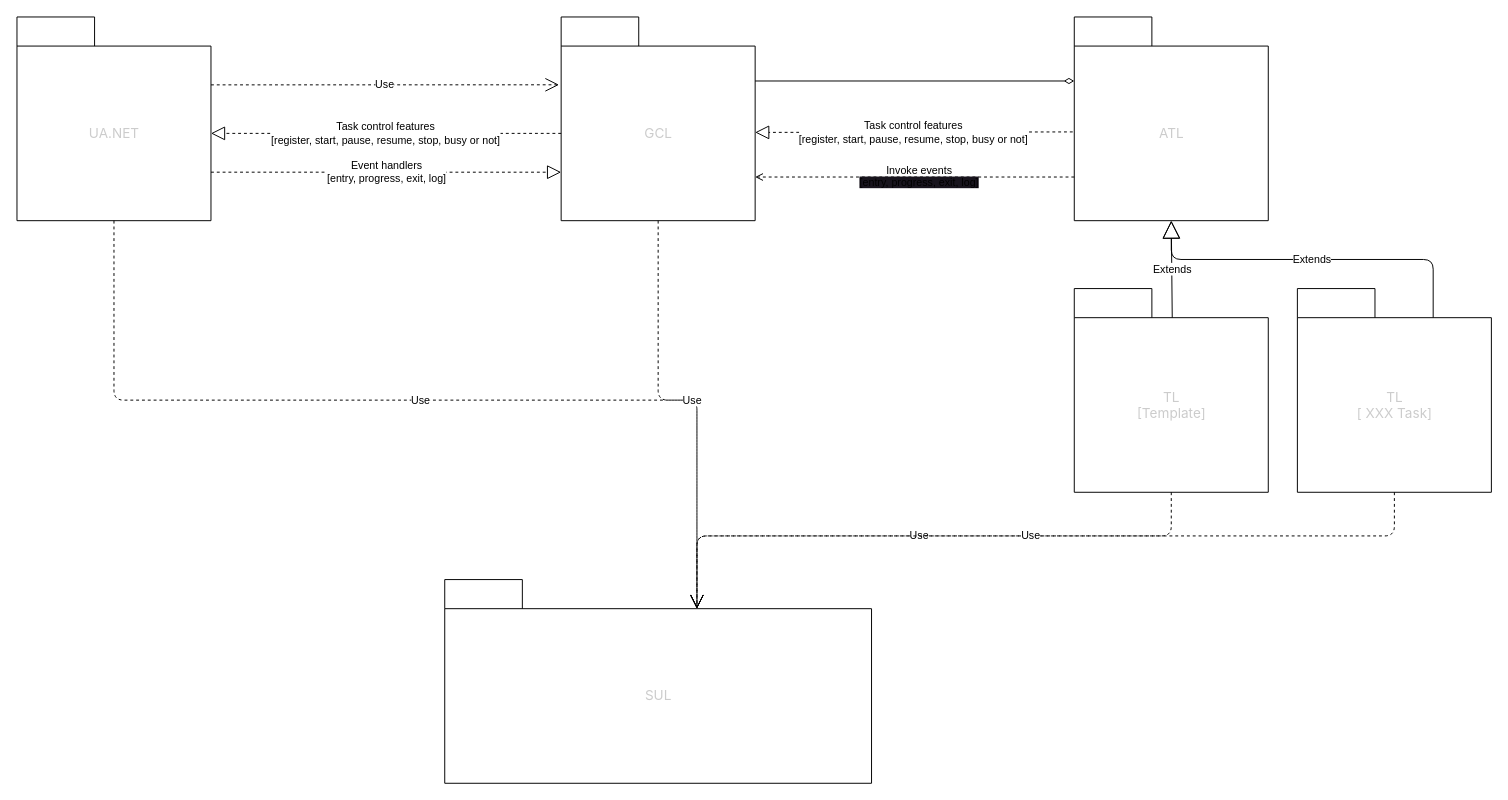
Before: _document/Specification/SystemRequirementSpecification/Deliverables/HighLevelDesign.drawio in gtuja/GCL, a draw.io diagram. Source tidied: cells renumbered, new cells numbered last; positions are measured from the earlier drawing's top-left corner, leaving out a move shared by most shapes. Both pictures are drawn from the tidied source at 97%, with x=0, y=0 at pixel (16, 16).
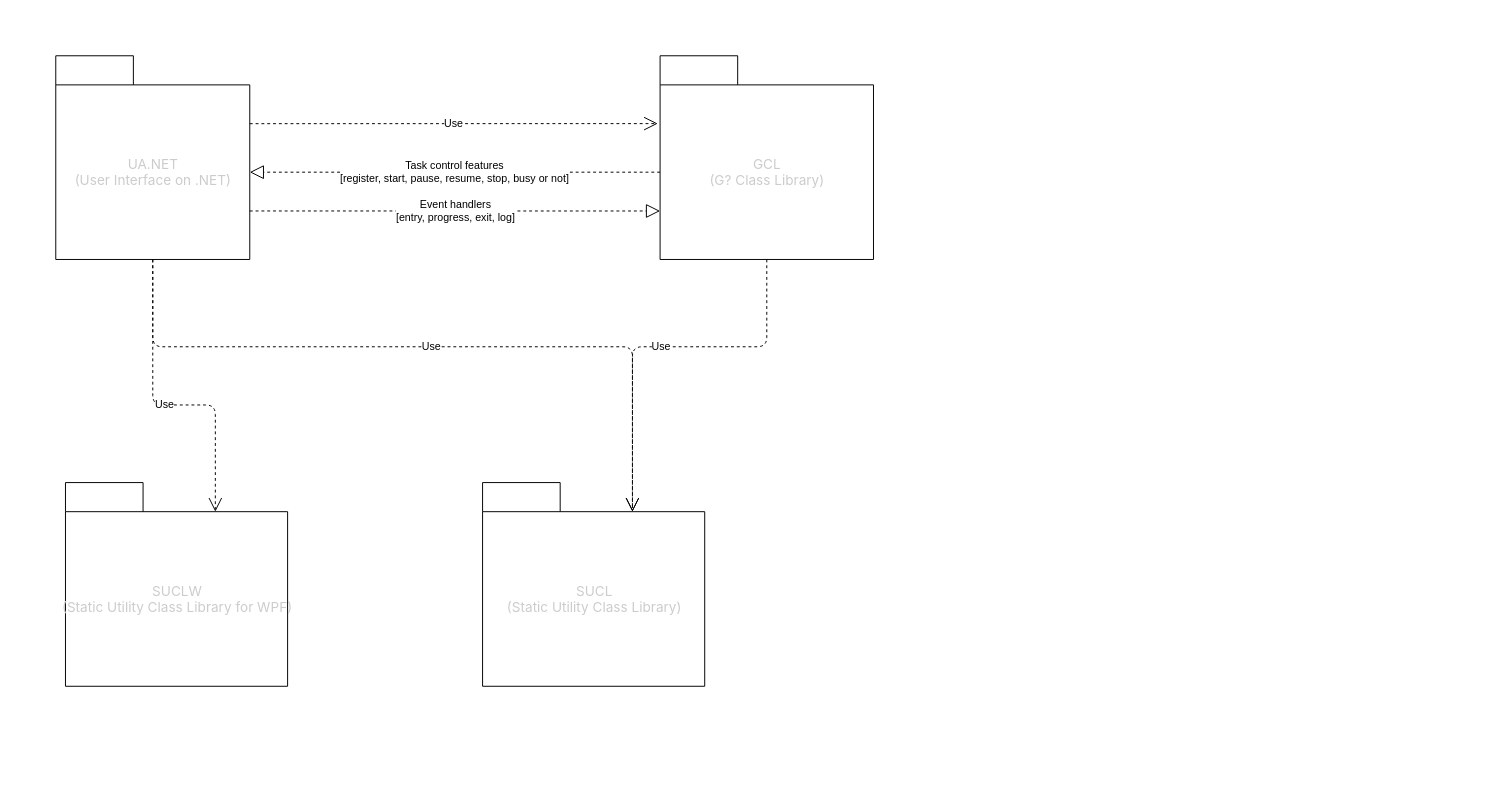
Above is the later version.

Diff of the diagram source:
```diff
@@
-    <mxCell id="2" value="&lt;span style=&quot;color: rgb(204, 204, 204); font-family: -apple-system, BlinkMacSystemFont, &amp;quot;Segoe WPC&amp;quot;, &amp;quot;Segoe UI&amp;quot;, system-ui, Ubuntu, &amp;quot;Droid Sans&amp;quot;, sans-serif; font-size: 14px; font-weight: 400; text-align: left;&quot;&gt;GCL&lt;/span&gt;" style="shape=folder;fontStyle=1;tabWidth=80;tabHeight=30;tabPosition=left;html=1;boundedLbl=1;" parent="1" vertex="1">
-      <mxGeometry x="561" width="200" height="210" as="geometry" />
+    <mxCell id="2" value="&lt;span style=&quot;color: rgb(204, 204, 204); font-family: -apple-system, BlinkMacSystemFont, &amp;quot;Segoe WPC&amp;quot;, &amp;quot;Segoe UI&amp;quot;, system-ui, Ubuntu, &amp;quot;Droid Sans&amp;quot;, sans-serif; font-size: 14px; font-weight: 400; text-align: left;&quot;&gt;GCL&lt;br&gt;(G? Class Library)&lt;br&gt;&lt;/span&gt;" style="shape=folder;fontStyle=1;tabWidth=80;tabHeight=30;tabPosition=left;html=1;boundedLbl=1;" parent="1" vertex="1">
+      <mxGeometry x="663" y="40" width="220" height="210" as="geometry" />
     </mxCell>
-    <mxCell id="3" value="&lt;span style=&quot;color: rgb(204, 204, 204); font-family: -apple-system, BlinkMacSystemFont, &amp;quot;Segoe WPC&amp;quot;, &amp;quot;Segoe UI&amp;quot;, system-ui, Ubuntu, &amp;quot;Droid Sans&amp;quot;, sans-serif; font-size: 14px; font-weight: 400; text-align: left;&quot;&gt;UA.NET&lt;/span&gt;" style="shape=folder;fontStyle=1;tabWidth=80;tabHeight=30;tabPosition=left;html=1;boundedLbl=1;" parent="1" vertex="1">
-      <mxGeometry width="200" height="210" as="geometry" />
+    <mxCell id="3" value="&lt;span style=&quot;color: rgb(204, 204, 204); font-family: -apple-system, BlinkMacSystemFont, &amp;quot;Segoe WPC&amp;quot;, &amp;quot;Segoe UI&amp;quot;, system-ui, Ubuntu, &amp;quot;Droid Sans&amp;quot;, sans-serif; font-size: 14px; font-weight: 400; text-align: left;&quot;&gt;UA.NET&lt;br&gt;(User Interface on .NET)&lt;br&gt;&lt;/span&gt;" style="shape=folder;fontStyle=1;tabWidth=80;tabHeight=30;tabPosition=left;html=1;boundedLbl=1;" parent="1" vertex="1">
+      <mxGeometry x="40" y="40" width="200" height="210" as="geometry" />
     </mxCell>
-    <mxCell id="4" value="&lt;span style=&quot;color: rgb(204, 204, 204); font-family: -apple-system, BlinkMacSystemFont, &amp;quot;Segoe WPC&amp;quot;, &amp;quot;Segoe UI&amp;quot;, system-ui, Ubuntu, &amp;quot;Droid Sans&amp;quot;, sans-serif; font-size: 14px; font-weight: 400; text-align: left;&quot;&gt;ATL&lt;/span&gt;" style="shape=folder;fontStyle=1;tabWidth=80;tabHeight=30;tabPosition=left;html=1;boundedLbl=1;" parent="1" vertex="1">
-      <mxGeometry x="1090" width="200" height="210" as="geometry" />
-    </mxCell>
-    <mxCell id="5" value="&lt;span style=&quot;color: rgb(204, 204, 204); font-family: -apple-system, BlinkMacSystemFont, &amp;quot;Segoe WPC&amp;quot;, &amp;quot;Segoe UI&amp;quot;, system-ui, Ubuntu, &amp;quot;Droid Sans&amp;quot;, sans-serif; font-size: 14px; font-weight: 400; text-align: left;&quot;&gt;SUL&lt;/span&gt;" style="shape=folder;fontStyle=1;tabWidth=80;tabHeight=30;tabPosition=left;html=1;boundedLbl=1;" parent="1" vertex="1">
-      <mxGeometry x="441" y="580" width="440" height="210" as="geometry" />
+    <mxCell id="5" value="&lt;span style=&quot;color: rgb(204, 204, 204); font-family: -apple-system, BlinkMacSystemFont, &amp;quot;Segoe WPC&amp;quot;, &amp;quot;Segoe UI&amp;quot;, system-ui, Ubuntu, &amp;quot;Droid Sans&amp;quot;, sans-serif; font-size: 14px; font-weight: 400; text-align: left;&quot;&gt;SUCL&lt;br&gt;(Static Utility Class Library)&lt;br&gt;&lt;/span&gt;" style="shape=folder;fontStyle=1;tabWidth=80;tabHeight=30;tabPosition=left;html=1;boundedLbl=1;" parent="1" vertex="1">
+      <mxGeometry x="480" y="480" width="229" height="210" as="geometry" />
     </mxCell>
     <mxCell id="6" value="Use" style="endArrow=open;endSize=12;dashed=1;html=1;entryX=-0.011;entryY=0.333;entryDx=0;entryDy=0;entryPerimeter=0;" parent="1" edge="1" target="2">
       <mxGeometry relative="1" as="geometry">
-        <mxPoint x="200" y="70" as="sourcePoint" />
+        <mxPoint x="240" y="110" as="sourcePoint" />
       </mxGeometry>
     </mxCell>
     <mxCell id="7" value="Event handlers&lt;br&gt;[entry, progress, exit, log]" style="endArrow=block;dashed=1;endFill=0;endSize=12;html=1;entryX=0;entryY=0.762;entryDx=0;entryDy=0;entryPerimeter=0;" parent="1" edge="1" target="2">
       <mxGeometry relative="1" as="geometry">
-        <mxPoint x="200" y="160" as="sourcePoint" />
+        <mxPoint x="240" y="200" as="sourcePoint" />
       </mxGeometry>
     </mxCell>
@@
-    <mxCell id="9" style="endArrow=none;startArrow=diamondThin;endFill=0;startFill=0;html=1;verticalAlign=bottom;labelBackgroundColor=none;strokeWidth=1;startSize=8;endSize=8;entryX=0;entryY=0;entryDx=200;entryDy=120;entryPerimeter=0;exitX=0;exitY=0;exitDx=0;exitDy=120;exitPerimeter=0;" parent="1" edge="1">
-      <mxGeometry relative="1" as="geometry">
-        <mxPoint x="1090" y="66" as="sourcePoint" />
-        <mxPoint x="761" y="66" as="targetPoint" />
-      </mxGeometry>
-    </mxCell>
-    <mxCell id="10" value="Task control features&lt;br&gt;[register, start, pause, resume, stop, busy or not]" style="endArrow=block;dashed=1;endFill=0;endSize=12;html=1;entryX=0;entryY=0;entryDx=200;entryDy=120;entryPerimeter=0;exitX=-0.008;exitY=0.331;exitDx=0;exitDy=0;exitPerimeter=0;" parent="1" edge="1">
-      <mxGeometry relative="1" as="geometry">
-        <mxPoint x="1088.4" y="118.5" as="sourcePoint" />
-        <mxPoint x="761" y="119" as="targetPoint" />
-      </mxGeometry>
-    </mxCell>
-    <mxCell id="11" value="Invoke events&lt;br&gt;&lt;span style=&quot;background-color: rgb(24, 20, 29);&quot;&gt;[entry, progress, exit, log]&lt;/span&gt;" style="html=1;verticalAlign=bottom;labelBackgroundColor=none;endArrow=open;endFill=0;dashed=1;exitX=0;exitY=0;exitDx=0;exitDy=165;exitPerimeter=0;entryX=0;entryY=0;entryDx=200;entryDy=165;entryPerimeter=0;" parent="1" edge="1" source="4" target="2">
-      <mxGeometry x="-0.03" y="15" relative="1" as="geometry" />
-    </mxCell>
-    <mxCell id="12" value="&lt;span style=&quot;color: rgb(204, 204, 204); font-family: -apple-system, BlinkMacSystemFont, &amp;quot;Segoe WPC&amp;quot;, &amp;quot;Segoe UI&amp;quot;, system-ui, Ubuntu, &amp;quot;Droid Sans&amp;quot;, sans-serif; font-size: 14px; font-weight: 400; text-align: left;&quot;&gt;TL&lt;br&gt;[Template]&lt;/span&gt;" style="shape=folder;fontStyle=1;tabWidth=80;tabHeight=30;tabPosition=left;html=1;boundedLbl=1;" parent="1" vertex="1">
-      <mxGeometry x="1090" y="280" width="200" height="210" as="geometry" />
-    </mxCell>
-    <mxCell id="13" value="Extends" style="endArrow=block;endSize=16;endFill=0;html=1;exitX=0.505;exitY=0.143;exitDx=0;exitDy=0;exitPerimeter=0;entryX=0.5;entryY=1;entryDx=0;entryDy=0;entryPerimeter=0;" parent="1" edge="1" source="12" target="4">
-      <mxGeometry relative="1" as="geometry" />
-    </mxCell>
-    <mxCell id="14" value="&lt;span style=&quot;color: rgb(204, 204, 204); font-family: -apple-system, BlinkMacSystemFont, &amp;quot;Segoe WPC&amp;quot;, &amp;quot;Segoe UI&amp;quot;, system-ui, Ubuntu, &amp;quot;Droid Sans&amp;quot;, sans-serif; font-size: 14px; font-weight: 400; text-align: left;&quot;&gt;TL&lt;br&gt;[ XXX Task]&lt;/span&gt;" style="shape=folder;fontStyle=1;tabWidth=80;tabHeight=30;tabPosition=left;html=1;boundedLbl=1;" parent="1" vertex="1">
-      <mxGeometry x="1320" y="280" width="200" height="210" as="geometry" />
-    </mxCell>
-    <mxCell id="15" value="Extends" style="endArrow=block;endSize=16;endFill=0;html=1;exitX=0;exitY=0;exitDx=140;exitDy=30;exitPerimeter=0;entryX=0.5;entryY=1;entryDx=0;entryDy=0;entryPerimeter=0;edgeStyle=orthogonalEdgeStyle;" parent="1" edge="1" source="14" target="4">
-      <mxGeometry relative="1" as="geometry">
-        <Array as="points">
-          <mxPoint x="1460" y="250" />
-          <mxPoint x="1190" y="250" />
-        </Array>
-      </mxGeometry>
-    </mxCell>
-    <mxCell id="16" value="Use" style="endArrow=open;endSize=12;dashed=1;html=1;exitX=0.5;exitY=1;exitDx=0;exitDy=0;exitPerimeter=0;entryX=0;entryY=0;entryDx=260;entryDy=30;entryPerimeter=0;edgeStyle=orthogonalEdgeStyle;" parent="1" edge="1" source="3" target="5">
-      <mxGeometry relative="1" as="geometry" />
+    <mxCell id="16" value="Use" style="endArrow=open;endSize=12;dashed=1;html=1;exitX=0.5;exitY=1;exitDx=0;exitDy=0;exitPerimeter=0;entryX=0;entryY=0;entryDx=154.5;entryDy=30;entryPerimeter=0;edgeStyle=orthogonalEdgeStyle;" parent="1" edge="1" source="3" target="5">
+      <mxGeometry relative="1" as="geometry">
+        <Array as="points">
+          <mxPoint x="140" y="340" />
+          <mxPoint x="634" y="340" />
+        </Array>
+      </mxGeometry>
     </mxCell>
-    <mxCell id="17" value="Use" style="endArrow=open;endSize=12;dashed=1;html=1;exitX=0.5;exitY=1;exitDx=0;exitDy=0;exitPerimeter=0;entryX=0;entryY=0;entryDx=260;entryDy=30;entryPerimeter=0;edgeStyle=orthogonalEdgeStyle;" parent="1" edge="1" source="2" target="5">
-      <mxGeometry relative="1" as="geometry" />
+    <mxCell id="17" value="Use" style="endArrow=open;endSize=12;dashed=1;html=1;exitX=0.5;exitY=1;exitDx=0;exitDy=0;exitPerimeter=0;entryX=0;entryY=0;entryDx=154.5;entryDy=30;entryPerimeter=0;edgeStyle=orthogonalEdgeStyle;" parent="1" edge="1" source="2" target="5">
+      <mxGeometry relative="1" as="geometry">
+        <Array as="points">
+          <mxPoint x="773" y="340" />
+          <mxPoint x="635" y="340" />
+        </Array>
+      </mxGeometry>
     </mxCell>
+    <mxCell id="19" value="&lt;span style=&quot;color: rgb(204, 204, 204); font-family: -apple-system, BlinkMacSystemFont, &amp;quot;Segoe WPC&amp;quot;, &amp;quot;Segoe UI&amp;quot;, system-ui, Ubuntu, &amp;quot;Droid Sans&amp;quot;, sans-serif; font-size: 14px; font-weight: 400; text-align: left;&quot;&gt;SUCLW&lt;br&gt;(Static Utility Class Library for WPF)&lt;br&gt;&lt;/span&gt;" style="shape=folder;fontStyle=1;tabWidth=80;tabHeight=30;tabPosition=left;html=1;boundedLbl=1;" parent="1" vertex="1">
+      <mxGeometry x="50" y="480" width="229" height="210" as="geometry" />
+    </mxCell>
-    <mxCell id="18" value="Use" style="endArrow=open;endSize=12;dashed=1;html=1;exitX=0.5;exitY=1;exitDx=0;exitDy=0;exitPerimeter=0;entryX=0;entryY=0;entryDx=260;entryDy=30;entryPerimeter=0;edgeStyle=orthogonalEdgeStyle;" parent="1" edge="1" source="12" target="5">
-      <mxGeometry relative="1" as="geometry" />
+    <mxCell id="18" value="Use" style="endArrow=open;endSize=12;dashed=1;html=1;exitX=0.5;exitY=1;exitDx=0;exitDy=0;exitPerimeter=0;entryX=0;entryY=0;entryDx=154.5;entryDy=30;entryPerimeter=0;edgeStyle=orthogonalEdgeStyle;" parent="1" edge="1" source="3" target="19">
+      <mxGeometry relative="1" as="geometry">
+        <Array as="points">
+          <mxPoint x="140" y="400" />
+          <mxPoint x="204" y="400" />
+        </Array>
+      </mxGeometry>
     </mxCell>
-    <mxCell id="19" value="Use" style="endArrow=open;endSize=12;dashed=1;html=1;entryX=0;entryY=0;entryDx=260;entryDy=30;entryPerimeter=0;exitX=0.5;exitY=1;exitDx=0;exitDy=0;exitPerimeter=0;edgeStyle=orthogonalEdgeStyle;" parent="1" edge="1" source="14" target="5">
-      <mxGeometry relative="1" as="geometry" />
-    </mxCell>
```
